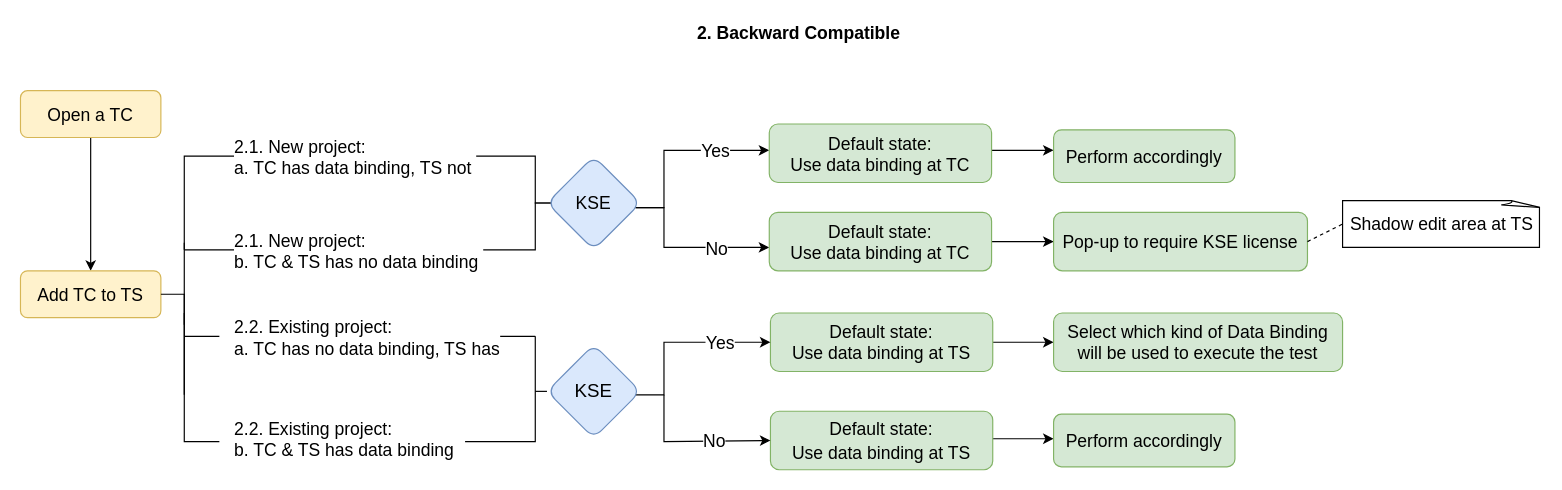
The draw.io diagram page "backward-compatible" (2 of 2) of Untitled Diagram.drawio in nhpthuy/chart, before the edit. Source tidied: cells renumbered, new cells numbered last; positions are measured from the earlier drawing's top-left corner, leaving out a move shared by most shapes. Both pictures are drawn from the tidied source at 117%, with x=0, y=0 at pixel (20, 20).
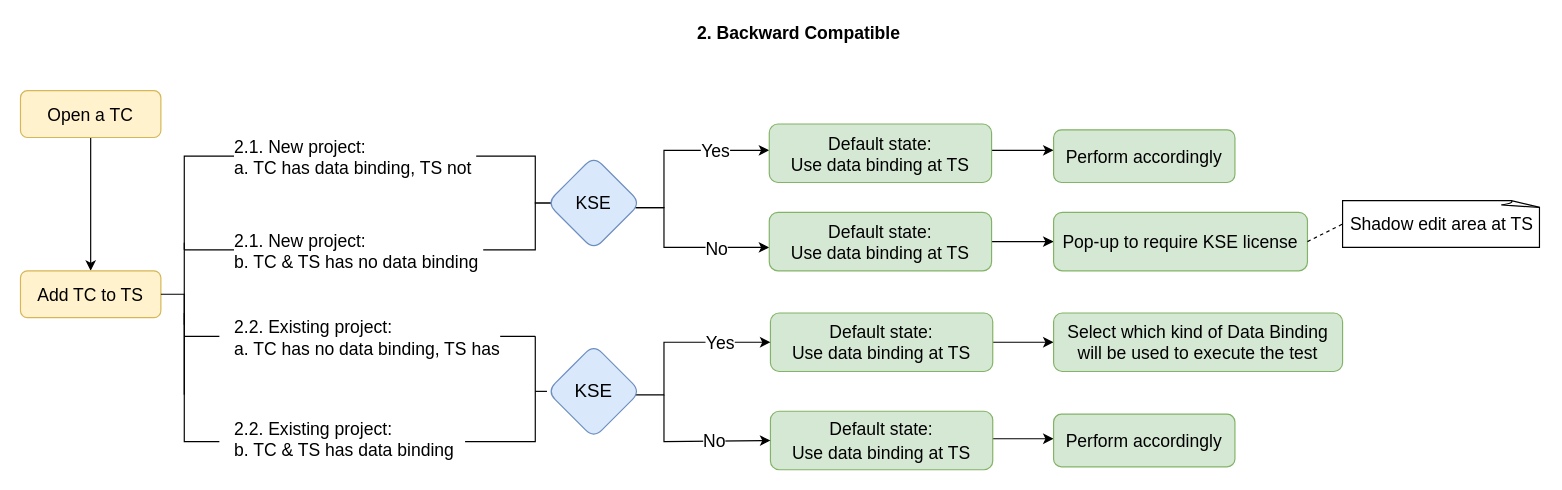
The same page after the edit.

The edit, as a diff of the source:
```diff
@@
-    <mxCell id="16" value="Default state: &lt;br&gt;Use data binding at TC" style="rounded=1;whiteSpace=wrap;html=1;fontSize=15;glass=0;strokeWidth=1;shadow=0;fillColor=#d5e8d4;strokeColor=#82b366;" parent="1" vertex="1">
+    <mxCell id="16" value="Default state: &lt;br&gt;Use data binding at TS" style="rounded=1;whiteSpace=wrap;html=1;fontSize=15;glass=0;strokeWidth=1;shadow=0;fillColor=#d5e8d4;strokeColor=#82b366;" parent="1" vertex="1">
       <mxGeometry x="640" y="88.5" width="190" height="50" as="geometry" />
     </mxCell>
@@
-    <mxCell id="18" value="Default state: &lt;br&gt;Use data binding at TC" style="rounded=1;whiteSpace=wrap;html=1;fontSize=15;glass=0;strokeWidth=1;shadow=0;fillColor=#d5e8d4;strokeColor=#82b366;" parent="1" vertex="1">
+    <mxCell id="18" value="Default state: &lt;br&gt;Use data binding at TS" style="rounded=1;whiteSpace=wrap;html=1;fontSize=15;glass=0;strokeWidth=1;shadow=0;fillColor=#d5e8d4;strokeColor=#82b366;" parent="1" vertex="1">
       <mxGeometry x="640" y="164" width="190" height="50" as="geometry" />
     </mxCell>
```
